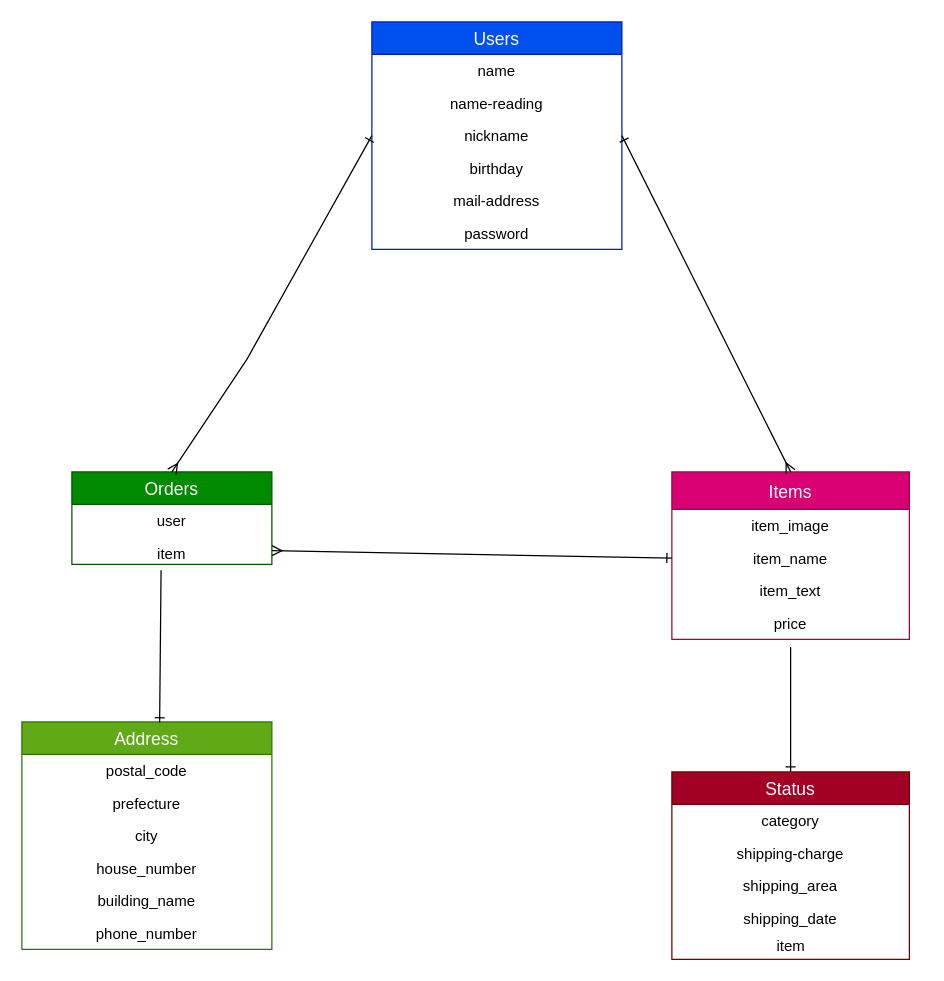
The draw.io diagram furima.dio in takechi-single/furima-29581, before the edit. Source tidied: cells renumbered, new cells numbered last; positions are measured from the earlier drawing's top-left corner, leaving out a move shared by most shapes. Both pictures are drawn from the tidied source at 125%, with x=0, y=0 at pixel (21, 21).
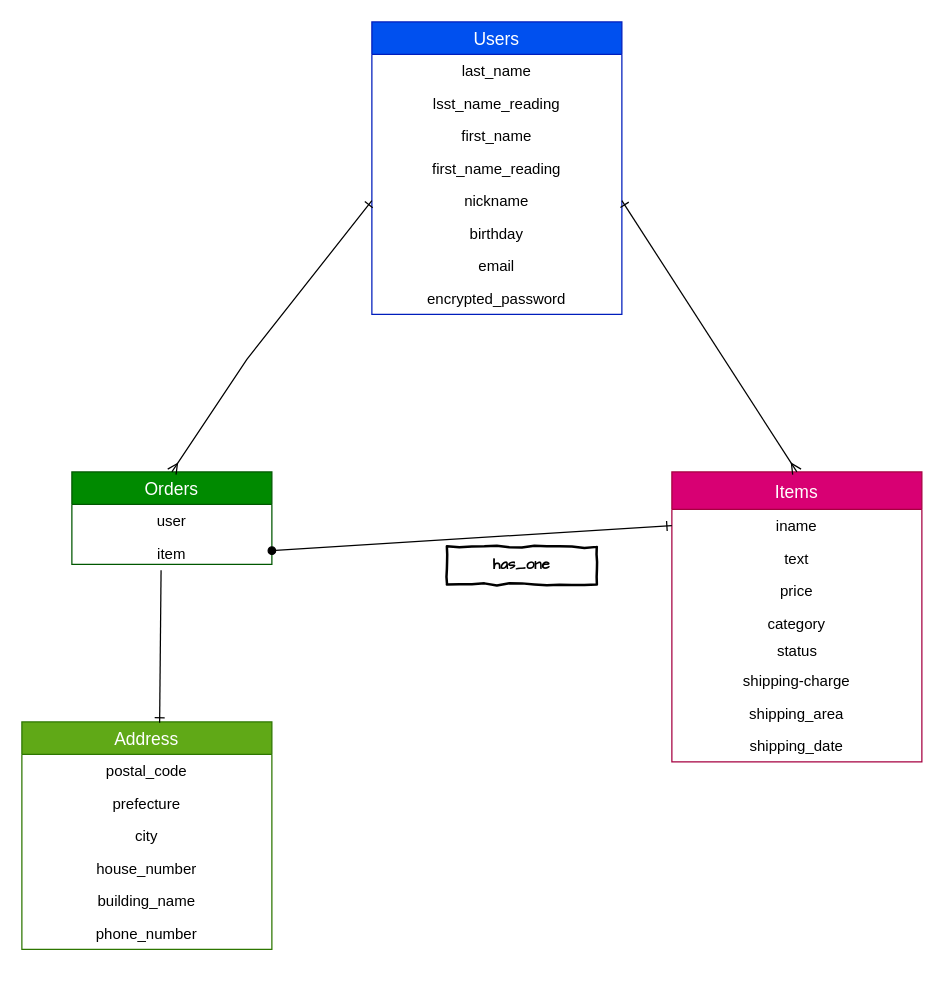
The same page after the edit.

The change refers to these unchanged cells:
```xml
<mxCell id="4" value="item" style="text;strokeColor=none;fillColor=none;spacingLeft=4;spacingRight=4;overflow=hidden;points=[[0,0.5],[1,0.5]];portConstraint=eastwest;fontSize=12;align=center;" parent="2" vertex="1">
  <mxGeometry y="52" width="160" height="22" as="geometry" />
</mxCell>
```

Diff of the diagram source:
```diff
@@
-    <mxCell id="5" value="Status" style="swimlane;fontStyle=0;horizontal=1;startSize=26;align=center;fontSize=14;fillColor=#a20025;strokeColor=#6F0000;fontColor=#ffffff;" parent="1" vertex="1">
-      <mxGeometry x="520" y="600" width="190" height="150" as="geometry" />
-    </mxCell>
+    <mxCell id="11" value="Items" style="swimlane;fontStyle=0;horizontal=1;startSize=30;align=center;fontSize=14;fillColor=#d80073;strokeColor=#A50040;fontColor=#ffffff;" parent="1" vertex="1">
+      <mxGeometry x="520" y="360" width="200" height="232" as="geometry" />
+    </mxCell>
+    <mxCell id="13" value="iname" style="text;strokeColor=none;fillColor=none;spacingLeft=4;spacingRight=4;overflow=hidden;points=[[0,0.5],[1,0.5]];portConstraint=eastwest;fontSize=12;align=center;" parent="11" vertex="1">
+      <mxGeometry y="30" width="200" height="26" as="geometry" />
+    </mxCell>
+    <mxCell id="14" value="text" style="text;strokeColor=none;fillColor=none;spacingLeft=4;spacingRight=4;overflow=hidden;fontSize=12;align=center;" parent="11" vertex="1">
+      <mxGeometry y="56" width="200" height="26" as="geometry" />
+    </mxCell>
+    <mxCell id="15" value="price" style="text;strokeColor=none;fillColor=none;spacingLeft=4;spacingRight=4;overflow=hidden;points=[[0,0.5],[1,0.5]];portConstraint=eastwest;fontSize=12;align=center;" parent="11" vertex="1">
+      <mxGeometry y="82" width="200" height="26" as="geometry" />
+    </mxCell>
-    <mxCell id="6" value="category" style="text;strokeColor=none;fillColor=none;spacingLeft=4;spacingRight=4;overflow=hidden;fontSize=12;align=center;" parent="5" vertex="1">
-      <mxGeometry y="26" width="190" height="26" as="geometry" />
+    <mxCell id="6" value="category" style="text;strokeColor=none;fillColor=none;spacingLeft=4;spacingRight=4;overflow=hidden;fontSize=12;align=center;" parent="11" vertex="1">
+      <mxGeometry y="108" width="200" height="26" as="geometry" />
     </mxCell>
+    <mxCell id="10" value="status" style="text;html=1;align=center;verticalAlign=middle;" parent="11" vertex="1">
+      <mxGeometry y="134" width="200" height="20" as="geometry" />
+    </mxCell>
-    <mxCell id="7" value="shipping-charge" style="text;strokeColor=none;fillColor=none;spacingLeft=4;spacingRight=4;overflow=hidden;fontSize=12;align=center;" parent="5" vertex="1">
-      <mxGeometry y="52" width="190" height="26" as="geometry" />
+    <mxCell id="7" value="shipping-charge" style="text;strokeColor=none;fillColor=none;spacingLeft=4;spacingRight=4;overflow=hidden;fontSize=12;align=center;" parent="11" vertex="1">
+      <mxGeometry y="154" width="200" height="26" as="geometry" />
     </mxCell>
-    <mxCell id="8" value="shipping_area" style="text;strokeColor=none;fillColor=none;spacingLeft=4;spacingRight=4;overflow=hidden;fontSize=12;align=center;" parent="5" vertex="1">
-      <mxGeometry y="78" width="190" height="26" as="geometry" />
+    <mxCell id="8" value="shipping_area" style="text;strokeColor=none;fillColor=none;spacingLeft=4;spacingRight=4;overflow=hidden;fontSize=12;align=center;" parent="11" vertex="1">
+      <mxGeometry y="180" width="200" height="26" as="geometry" />
     </mxCell>
-    <mxCell id="9" value="shipping_date" style="text;strokeColor=none;fillColor=none;spacingLeft=4;spacingRight=4;overflow=hidden;fontSize=12;align=center;" parent="5" vertex="1">
-      <mxGeometry y="104" width="190" height="26" as="geometry" />
+    <mxCell id="9" value="shipping_date" style="text;strokeColor=none;fillColor=none;spacingLeft=4;spacingRight=4;overflow=hidden;fontSize=12;align=center;" parent="11" vertex="1">
+      <mxGeometry y="206" width="200" height="26" as="geometry" />
     </mxCell>
-    <mxCell id="10" value="item" style="text;html=1;align=center;verticalAlign=middle;" parent="5" vertex="1">
-      <mxGeometry y="130" width="190" height="20" as="geometry" />
-    </mxCell>
-    <mxCell id="11" value="Items" style="swimlane;fontStyle=0;horizontal=1;startSize=30;align=center;fontSize=14;fillColor=#d80073;strokeColor=#A50040;fontColor=#ffffff;" parent="1" vertex="1">
-      <mxGeometry x="520" y="360" width="190" height="134" as="geometry" />
-    </mxCell>
-    <mxCell id="12" value="item_image" style="text;strokeColor=none;fillColor=none;spacingLeft=4;spacingRight=4;overflow=hidden;fontSize=12;align=center;" parent="11" vertex="1">
-      <mxGeometry y="30" width="190" height="26" as="geometry" />
-    </mxCell>
-    <mxCell id="13" value="item_name" style="text;strokeColor=none;fillColor=none;spacingLeft=4;spacingRight=4;overflow=hidden;points=[[0,0.5],[1,0.5]];portConstraint=eastwest;fontSize=12;align=center;" parent="11" vertex="1">
-      <mxGeometry y="56" width="190" height="26" as="geometry" />
-    </mxCell>
-    <mxCell id="14" value="item_text" style="text;strokeColor=none;fillColor=none;spacingLeft=4;spacingRight=4;overflow=hidden;fontSize=12;align=center;" parent="11" vertex="1">
-      <mxGeometry y="82" width="190" height="26" as="geometry" />
-    </mxCell>
-    <mxCell id="15" value="price" style="text;strokeColor=none;fillColor=none;spacingLeft=4;spacingRight=4;overflow=hidden;points=[[0,0.5],[1,0.5]];portConstraint=eastwest;fontSize=12;align=center;" parent="11" vertex="1">
-      <mxGeometry y="108" width="190" height="26" as="geometry" />
-    </mxCell>
     <mxCell id="16" value="Users" style="swimlane;fontStyle=0;horizontal=1;startSize=26;align=center;fontSize=14;fillColor=#0050ef;strokeColor=#001DBC;fontColor=#ffffff;" parent="1" vertex="1">
-      <mxGeometry x="280" width="200" height="182" as="geometry" />
+      <mxGeometry x="280" width="200" height="234" as="geometry" />
     </mxCell>
-    <mxCell id="17" value="name" style="text;strokeColor=none;fillColor=none;spacingLeft=4;spacingRight=4;overflow=hidden;fontSize=12;align=center;" parent="16" vertex="1">
+    <mxCell id="17" value="last_name" style="text;strokeColor=none;fillColor=none;spacingLeft=4;spacingRight=4;overflow=hidden;fontSize=12;align=center;" parent="16" vertex="1">
       <mxGeometry y="26" width="200" height="26" as="geometry" />
     </mxCell>
-    <mxCell id="18" value="name-reading" style="text;strokeColor=none;fillColor=none;spacingLeft=4;spacingRight=4;overflow=hidden;fontSize=12;align=center;" parent="16" vertex="1">
+    <mxCell id="18" value="lsst_name_reading" style="text;strokeColor=none;fillColor=none;spacingLeft=4;spacingRight=4;overflow=hidden;fontSize=12;align=center;" parent="16" vertex="1">
       <mxGeometry y="52" width="200" height="26" as="geometry" />
     </mxCell>
+    <mxCell id="36" value="first_name" style="text;strokeColor=none;fillColor=none;spacingLeft=4;spacingRight=4;overflow=hidden;fontSize=12;align=center;" parent="16" vertex="1">
+      <mxGeometry y="78" width="200" height="26" as="geometry" />
+    </mxCell>
+    <mxCell id="37" value="first_name_reading" style="text;strokeColor=none;fillColor=none;spacingLeft=4;spacingRight=4;overflow=hidden;fontSize=12;align=center;" parent="16" vertex="1">
+      <mxGeometry y="104" width="200" height="26" as="geometry" />
+    </mxCell>
     <mxCell id="19" value="nickname" style="text;strokeColor=none;fillColor=none;spacingLeft=4;spacingRight=4;overflow=hidden;points=[[0,0.5],[1,0.5]];portConstraint=eastwest;fontSize=12;align=center;" parent="16" vertex="1">
-      <mxGeometry y="78" width="200" height="26" as="geometry" />
+      <mxGeometry y="130" width="200" height="26" as="geometry" />
     </mxCell>
     <mxCell id="20" value="birthday" style="text;strokeColor=none;fillColor=none;spacingLeft=4;spacingRight=4;overflow=hidden;fontSize=12;align=center;" parent="16" vertex="1">
-      <mxGeometry y="104" width="200" height="26" as="geometry" />
+      <mxGeometry y="156" width="200" height="26" as="geometry" />
     </mxCell>
-    <mxCell id="21" value="mail-address" style="text;strokeColor=none;fillColor=none;spacingLeft=4;spacingRight=4;overflow=hidden;fontSize=12;align=center;" parent="16" vertex="1">
-      <mxGeometry y="130" width="200" height="26" as="geometry" />
+    <mxCell id="21" value="email" style="text;strokeColor=none;fillColor=none;spacingLeft=4;spacingRight=4;overflow=hidden;fontSize=12;align=center;" parent="16" vertex="1">
+      <mxGeometry y="182" width="200" height="26" as="geometry" />
     </mxCell>
-    <mxCell id="22" value="password" style="text;strokeColor=none;fillColor=none;spacingLeft=4;spacingRight=4;overflow=hidden;fontSize=12;align=center;" parent="16" vertex="1">
-      <mxGeometry y="156" width="200" height="26" as="geometry" />
+    <mxCell id="22" value="encrypted_password" style="text;strokeColor=none;fillColor=none;spacingLeft=4;spacingRight=4;overflow=hidden;fontSize=12;align=center;" parent="16" vertex="1">
+      <mxGeometry y="208" width="200" height="26" as="geometry" />
     </mxCell>
@@
-    <mxCell id="32" style="edgeStyle=none;rounded=0;jettySize=auto;html=1;exitX=0;exitY=0.5;exitDx=0;exitDy=0;entryX=1;entryY=0.5;entryDx=0;entryDy=0;endArrow=ERmany;endFill=0;comic=0;startArrow=ERone;startFill=0;" parent="1" edge="1" source="13" target="4">
+    <mxCell id="32" style="edgeStyle=none;rounded=0;jettySize=auto;html=1;exitX=0;exitY=0.5;exitDx=0;exitDy=0;entryX=1;entryY=0.5;entryDx=0;entryDy=0;endArrow=oval;endFill=1;comic=0;startArrow=ERone;startFill=0;" parent="1" edge="1" source="13" target="4">
       <mxGeometry relative="1" as="geometry" />
     </mxCell>
-    <mxCell id="33" style="edgeStyle=none;rounded=0;jettySize=auto;html=1;entryX=0.5;entryY=0;entryDx=0;entryDy=0;endArrow=ERone;endFill=0;exitX=0.5;exitY=1.231;exitDx=0;exitDy=0;exitPerimeter=0;" parent="1" edge="1" source="15" target="5">
-      <mxGeometry relative="1" as="geometry" />
-    </mxCell>
@@
+    <mxCell id="38" value="has_one" style="html=1;whiteSpace=wrap;comic=1;strokeWidth=2;fontFamily=Comic Sans MS;fontStyle=1;" parent="1" vertex="1">
+      <mxGeometry x="340" y="420" width="120" height="30" as="geometry" />
+    </mxCell>
```
